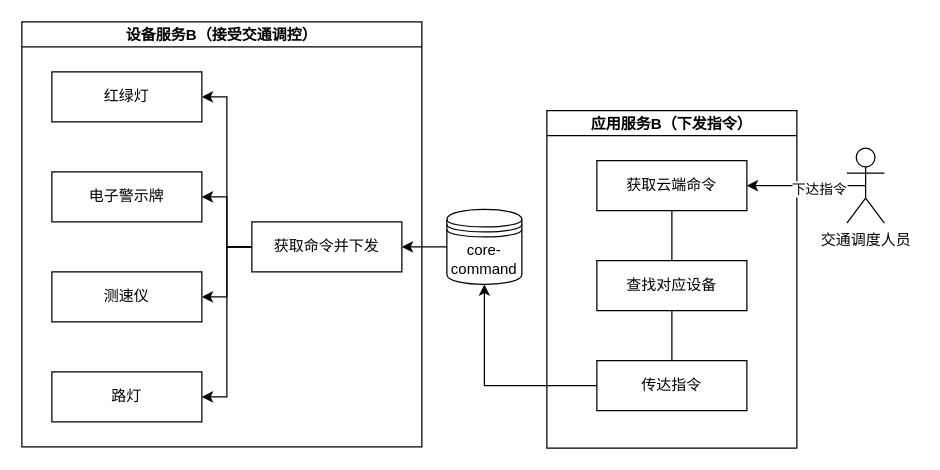
Before: command.drawio in Windy810/qilibali-, a draw.io diagram. Source tidied: cells renumbered, new cells numbered last; positions are measured from the earlier drawing's top-left corner, leaving out a move shared by most shapes. Both pictures are drawn from the tidied source at 125%, with x=0, y=0 at pixel (21, 21).
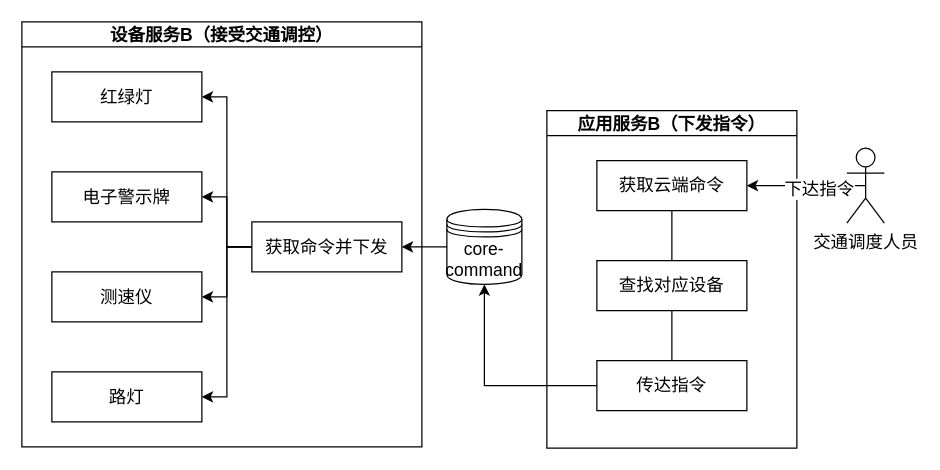
Above is the later version.

Change to the diagram source:
```diff
@@
-    <mxCell id="2" value="应用服务B（下发指令）" style="swimlane;startSize=20;horizontal=1;containerType=tree;fillColor=none;fontFamily=宋体;" parent="1" vertex="1">
+    <mxCell id="2" value="应用服务B（下发指令）" style="swimlane;startSize=20;horizontal=1;containerType=tree;fillColor=none;fontFamily=宋体;fontSize=14;" parent="1" vertex="1">
       <mxGeometry x="420" y="71" width="200" height="270" as="geometry" />
     </mxCell>
-    <mxCell id="3" style="edgeStyle=elbowEdgeStyle;elbow=vertical;startArrow=none;endArrow=none;rounded=0;fontFamily=宋体;" parent="2" edge="1" source="4" target="5">
+    <mxCell id="3" style="edgeStyle=elbowEdgeStyle;elbow=vertical;startArrow=none;endArrow=none;rounded=0;fontFamily=宋体;fontSize=14;" parent="2" edge="1" source="4" target="5">
       <mxGeometry relative="1" as="geometry" />
     </mxCell>
-    <mxCell id="4" value="获取云端命令" style="whiteSpace=wrap;html=1;newEdgeStyle={&quot;edgeStyle&quot;:&quot;elbowEdgeStyle&quot;,&quot;startArrow&quot;:&quot;none&quot;,&quot;endArrow&quot;:&quot;none&quot;};fontFamily=宋体;" parent="2" vertex="1">
+    <mxCell id="4" value="获取云端命令" style="whiteSpace=wrap;html=1;newEdgeStyle={&quot;edgeStyle&quot;:&quot;elbowEdgeStyle&quot;,&quot;startArrow&quot;:&quot;none&quot;,&quot;endArrow&quot;:&quot;none&quot;};fontFamily=宋体;fontSize=14;" parent="2" vertex="1">
       <mxGeometry x="40" y="40" width="120" height="40" as="geometry" />
     </mxCell>
-    <mxCell id="5" value="查找对应设备" style="whiteSpace=wrap;html=1;newEdgeStyle={&quot;edgeStyle&quot;:&quot;elbowEdgeStyle&quot;,&quot;startArrow&quot;:&quot;none&quot;,&quot;endArrow&quot;:&quot;none&quot;};fontFamily=宋体;" parent="2" vertex="1">
+    <mxCell id="5" value="查找对应设备" style="whiteSpace=wrap;html=1;newEdgeStyle={&quot;edgeStyle&quot;:&quot;elbowEdgeStyle&quot;,&quot;startArrow&quot;:&quot;none&quot;,&quot;endArrow&quot;:&quot;none&quot;};fontFamily=宋体;fontSize=14;" parent="2" vertex="1">
       <mxGeometry x="40" y="120" width="120" height="40" as="geometry" />
     </mxCell>
-    <mxCell id="6" style="edgeStyle=elbowEdgeStyle;elbow=vertical;startArrow=none;endArrow=none;rounded=0;fontFamily=宋体;" parent="2" edge="1" source="5" target="7">
+    <mxCell id="6" style="edgeStyle=elbowEdgeStyle;elbow=vertical;startArrow=none;endArrow=none;rounded=0;fontFamily=宋体;fontSize=14;" parent="2" edge="1" source="5" target="7">
       <mxGeometry relative="1" as="geometry" />
     </mxCell>
-    <mxCell id="7" value="传达指令" style="whiteSpace=wrap;html=1;newEdgeStyle={&quot;edgeStyle&quot;:&quot;elbowEdgeStyle&quot;,&quot;startArrow&quot;:&quot;none&quot;,&quot;endArrow&quot;:&quot;none&quot;};fontFamily=宋体;" parent="2" vertex="1">
+    <mxCell id="7" value="传达指令" style="whiteSpace=wrap;html=1;newEdgeStyle={&quot;edgeStyle&quot;:&quot;elbowEdgeStyle&quot;,&quot;startArrow&quot;:&quot;none&quot;,&quot;endArrow&quot;:&quot;none&quot;};fontFamily=宋体;fontSize=14;" parent="2" vertex="1">
       <mxGeometry x="40" y="200" width="120" height="40" as="geometry" />
     </mxCell>
-    <mxCell id="8" value="设备服务B（接受交通调控）" style="swimlane;startSize=20;horizontal=1;containerType=tree;fontFamily=宋体;" parent="1" vertex="1">
+    <mxCell id="8" value="设备服务B（接受交通调控）" style="swimlane;startSize=20;horizontal=1;containerType=tree;fontFamily=宋体;fontSize=14;" parent="1" vertex="1">
       <mxGeometry width="320" height="340" as="geometry" />
     </mxCell>
-    <mxCell id="9" value="红绿灯" style="whiteSpace=wrap;html=1;newEdgeStyle={&quot;edgeStyle&quot;:&quot;elbowEdgeStyle&quot;,&quot;startArrow&quot;:&quot;none&quot;,&quot;endArrow&quot;:&quot;none&quot;};fontFamily=宋体;" parent="8" vertex="1">
+    <mxCell id="9" value="红绿灯" style="whiteSpace=wrap;html=1;newEdgeStyle={&quot;edgeStyle&quot;:&quot;elbowEdgeStyle&quot;,&quot;startArrow&quot;:&quot;none&quot;,&quot;endArrow&quot;:&quot;none&quot;};fontFamily=宋体;fontSize=14;" parent="8" vertex="1">
       <mxGeometry x="24" y="40" width="120" height="40" as="geometry" />
     </mxCell>
-    <mxCell id="10" value="电子警示牌" style="whiteSpace=wrap;html=1;newEdgeStyle={&quot;edgeStyle&quot;:&quot;elbowEdgeStyle&quot;,&quot;startArrow&quot;:&quot;none&quot;,&quot;endArrow&quot;:&quot;none&quot;};fontFamily=宋体;" parent="8" vertex="1">
+    <mxCell id="10" value="电子警示牌" style="whiteSpace=wrap;html=1;newEdgeStyle={&quot;edgeStyle&quot;:&quot;elbowEdgeStyle&quot;,&quot;startArrow&quot;:&quot;none&quot;,&quot;endArrow&quot;:&quot;none&quot;};fontFamily=宋体;fontSize=14;" parent="8" vertex="1">
       <mxGeometry x="24" y="120" width="120" height="40" as="geometry" />
     </mxCell>
-    <mxCell id="11" value="测速仪" style="whiteSpace=wrap;html=1;newEdgeStyle={&quot;edgeStyle&quot;:&quot;elbowEdgeStyle&quot;,&quot;startArrow&quot;:&quot;none&quot;,&quot;endArrow&quot;:&quot;none&quot;};fontFamily=宋体;" parent="8" vertex="1">
+    <mxCell id="11" value="测速仪" style="whiteSpace=wrap;html=1;newEdgeStyle={&quot;edgeStyle&quot;:&quot;elbowEdgeStyle&quot;,&quot;startArrow&quot;:&quot;none&quot;,&quot;endArrow&quot;:&quot;none&quot;};fontFamily=宋体;fontSize=14;" parent="8" vertex="1">
       <mxGeometry x="24" y="200" width="120" height="40" as="geometry" />
     </mxCell>
-    <mxCell id="12" value="路灯" style="whiteSpace=wrap;html=1;newEdgeStyle={&quot;edgeStyle&quot;:&quot;elbowEdgeStyle&quot;,&quot;startArrow&quot;:&quot;none&quot;,&quot;endArrow&quot;:&quot;none&quot;};fontFamily=宋体;" parent="8" vertex="1">
+    <mxCell id="12" value="路灯" style="whiteSpace=wrap;html=1;newEdgeStyle={&quot;edgeStyle&quot;:&quot;elbowEdgeStyle&quot;,&quot;startArrow&quot;:&quot;none&quot;,&quot;endArrow&quot;:&quot;none&quot;};fontFamily=宋体;fontSize=14;" parent="8" vertex="1">
       <mxGeometry x="24" y="280" width="120" height="40" as="geometry" />
     </mxCell>
-    <mxCell id="13" style="edgeStyle=orthogonalEdgeStyle;rounded=0;jettySize=auto;html=1;exitX=0;exitY=0.5;exitDx=0;exitDy=0;entryX=1;entryY=0.5;entryDx=0;entryDy=0;fontFamily=宋体;" parent="8" edge="1" source="17" target="10">
+    <mxCell id="13" style="edgeStyle=orthogonalEdgeStyle;rounded=0;jettySize=auto;html=1;exitX=0;exitY=0.5;exitDx=0;exitDy=0;entryX=1;entryY=0.5;entryDx=0;entryDy=0;fontFamily=宋体;fontSize=14;" parent="8" edge="1" source="17" target="10">
       <mxGeometry relative="1" as="geometry" />
     </mxCell>
-    <mxCell id="14" style="edgeStyle=orthogonalEdgeStyle;rounded=0;jettySize=auto;html=1;exitX=0;exitY=0.5;exitDx=0;exitDy=0;entryX=1;entryY=0.5;entryDx=0;entryDy=0;fontFamily=宋体;" parent="8" edge="1" source="17" target="11">
+    <mxCell id="14" style="edgeStyle=orthogonalEdgeStyle;rounded=0;jettySize=auto;html=1;exitX=0;exitY=0.5;exitDx=0;exitDy=0;entryX=1;entryY=0.5;entryDx=0;entryDy=0;fontFamily=宋体;fontSize=14;" parent="8" edge="1" source="17" target="11">
       <mxGeometry relative="1" as="geometry" />
     </mxCell>
-    <mxCell id="15" style="edgeStyle=orthogonalEdgeStyle;rounded=0;jettySize=auto;html=1;exitX=0;exitY=0.5;exitDx=0;exitDy=0;entryX=1;entryY=0.5;entryDx=0;entryDy=0;fontFamily=宋体;" parent="8" edge="1" source="17" target="9">
+    <mxCell id="15" style="edgeStyle=orthogonalEdgeStyle;rounded=0;jettySize=auto;html=1;exitX=0;exitY=0.5;exitDx=0;exitDy=0;entryX=1;entryY=0.5;entryDx=0;entryDy=0;fontFamily=宋体;fontSize=14;" parent="8" edge="1" source="17" target="9">
       <mxGeometry relative="1" as="geometry" />
     </mxCell>
-    <mxCell id="16" style="edgeStyle=orthogonalEdgeStyle;rounded=0;jettySize=auto;html=1;exitX=0;exitY=0.5;exitDx=0;exitDy=0;entryX=1;entryY=0.5;entryDx=0;entryDy=0;fontFamily=宋体;" parent="8" edge="1" source="17" target="12">
+    <mxCell id="16" style="edgeStyle=orthogonalEdgeStyle;rounded=0;jettySize=auto;html=1;exitX=0;exitY=0.5;exitDx=0;exitDy=0;entryX=1;entryY=0.5;entryDx=0;entryDy=0;fontFamily=宋体;fontSize=14;" parent="8" edge="1" source="17" target="12">
       <mxGeometry relative="1" as="geometry" />
     </mxCell>
-    <mxCell id="17" value="获取命令并下发" style="whiteSpace=wrap;html=1;newEdgeStyle={&quot;edgeStyle&quot;:&quot;elbowEdgeStyle&quot;,&quot;startArrow&quot;:&quot;none&quot;,&quot;endArrow&quot;:&quot;none&quot;};fontFamily=宋体;" parent="8" vertex="1">
+    <mxCell id="17" value="获取命令并下发" style="whiteSpace=wrap;html=1;newEdgeStyle={&quot;edgeStyle&quot;:&quot;elbowEdgeStyle&quot;,&quot;startArrow&quot;:&quot;none&quot;,&quot;endArrow&quot;:&quot;none&quot;};fontFamily=宋体;fontSize=14;" parent="8" vertex="1">
       <mxGeometry x="184" y="160" width="120" height="40" as="geometry" />
     </mxCell>
-    <mxCell id="18" style="edgeStyle=none;html=1;exitX=0.5;exitY=0.5;exitDx=0;exitDy=0;exitPerimeter=0;entryX=1;entryY=0.5;entryDx=0;entryDy=0;fontFamily=宋体;" parent="1" edge="1" source="20" target="4">
+    <mxCell id="18" style="edgeStyle=none;html=1;exitX=0.5;exitY=0.5;exitDx=0;exitDy=0;exitPerimeter=0;entryX=1;entryY=0.5;entryDx=0;entryDy=0;fontFamily=宋体;fontSize=14;" parent="1" edge="1" source="20" target="4">
       <mxGeometry relative="1" as="geometry" />
     </mxCell>
-    <mxCell id="19" value="下达指令" style="edgeLabel;html=1;align=center;verticalAlign=middle;fontFamily=宋体;" parent="18" vertex="1">
+    <mxCell id="19" value="下达指令" style="edgeLabel;html=1;align=center;verticalAlign=middle;fontFamily=宋体;fontSize=14;" parent="18" vertex="1">
       <mxGeometry x="-0.2" y="2" relative="1" as="geometry" />
     </mxCell>
-    <mxCell id="20" value="交通调度人员" style="shape=umlActor;verticalLabelPosition=bottom;verticalAlign=top;html=1;outlineConnect=0;fillColor=none;fontFamily=宋体;" parent="1" vertex="1">
+    <mxCell id="20" value="交通调度人员" style="shape=umlActor;verticalLabelPosition=bottom;verticalAlign=top;html=1;outlineConnect=0;fillColor=none;fontFamily=宋体;fontSize=14;" parent="1" vertex="1">
       <mxGeometry x="660" y="101" width="30" height="60" as="geometry" />
     </mxCell>
-    <mxCell id="21" style="edgeStyle=none;html=1;exitX=0;exitY=0.5;exitDx=0;exitDy=0;entryX=1;entryY=0.5;entryDx=0;entryDy=0;fontFamily=宋体;" parent="1" edge="1" source="22" target="17">
+    <mxCell id="21" style="edgeStyle=none;html=1;exitX=0;exitY=0.5;exitDx=0;exitDy=0;entryX=1;entryY=0.5;entryDx=0;entryDy=0;fontFamily=宋体;fontSize=14;" parent="1" edge="1" source="22" target="17">
       <mxGeometry relative="1" as="geometry" />
     </mxCell>
-    <mxCell id="22" value="core-command" style="shape=datastore;whiteSpace=wrap;html=1;fillColor=none;fontFamily=宋体;" parent="1" vertex="1">
+    <mxCell id="22" value="core-command" style="shape=datastore;whiteSpace=wrap;html=1;fillColor=none;fontFamily=宋体;fontSize=14;" parent="1" vertex="1">
       <mxGeometry x="340" y="150" width="60" height="60" as="geometry" />
     </mxCell>
-    <mxCell id="23" style="edgeStyle=orthogonalEdgeStyle;rounded=0;jettySize=auto;html=1;entryX=0.5;entryY=1;entryDx=0;entryDy=0;fontFamily=宋体;" parent="1" edge="1" source="7" target="22">
+    <mxCell id="23" style="edgeStyle=orthogonalEdgeStyle;rounded=0;jettySize=auto;html=1;entryX=0.5;entryY=1;entryDx=0;entryDy=0;fontFamily=宋体;fontSize=14;" parent="1" edge="1" source="7" target="22">
       <mxGeometry relative="1" as="geometry" />
     </mxCell>
```
